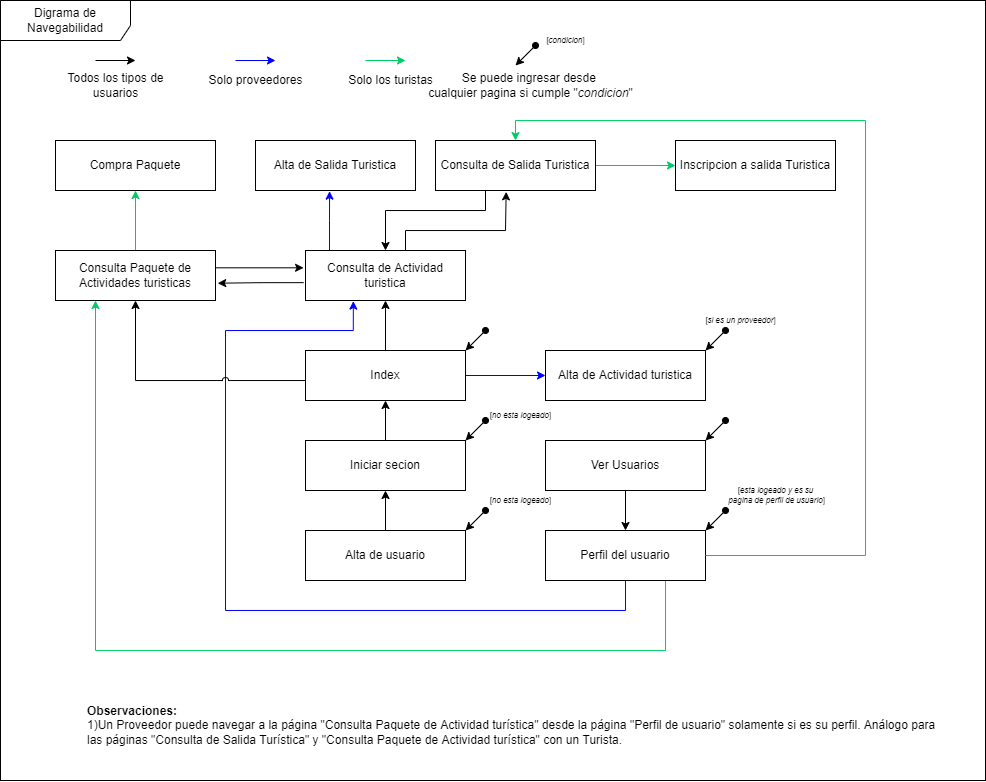
FacundoDiaz00/Taller-de-Programaci-n keeps this draw.io diagram as docs/Iteración 2/Navegabilidades/Digrama navegabilidad.png. Above is the earlier version. Source tidied: cells renumbered, new cells last; positions are measured from the earlier drawing's top-left corner, leaving out a move shared by most shapes.
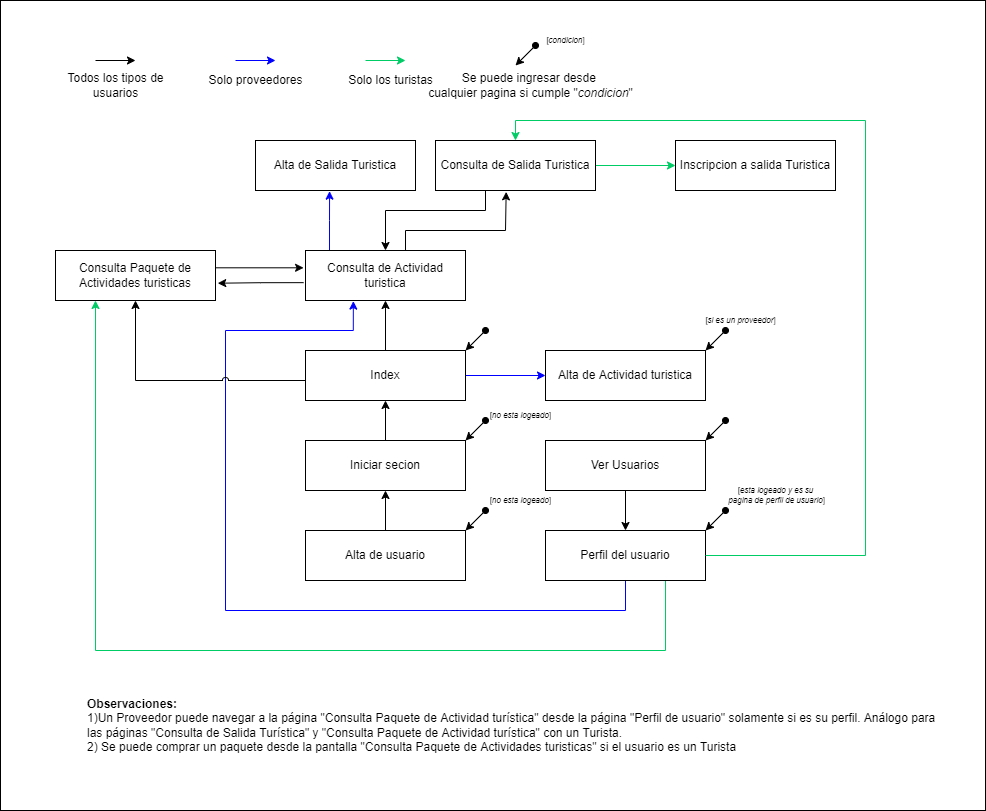
Later version of the same file.

Commit message:
Actualizo los digramas

Change to the diagram source:
```diff
@@ -2,12 +2,12 @@
   <root>
     <mxCell id="0" />
     <mxCell id="1" parent="0" />
+    <mxCell id="3" value="Digrama de Navegabilidad" style="shape=umlFrame;whiteSpace=wrap;html=1;width=130;height=40;" parent="1" vertex="1">
+      <mxGeometry width="985" height="810" as="geometry" />
+    </mxCell>
     <mxCell id="2" style="rounded=0;whiteSpace=wrap;html=1;" parent="1" vertex="1">
-      <mxGeometry width="985" height="780" as="geometry" />
+      <mxGeometry width="985" height="810" as="geometry" />
     </mxCell>
-    <mxCell id="3" value="Digrama de Navegabilidad" style="shape=umlFrame;whiteSpace=wrap;html=1;width=130;height=40;" parent="1" vertex="1">
-      <mxGeometry width="985" height="780" as="geometry" />
-    </mxCell>
     <mxCell id="4" style="edgeStyle=orthogonalEdgeStyle;rounded=0;jumpStyle=arc;jumpSize=11;jettySize=auto;html=1;entryX=0.299;entryY=1.012;entryDx=0;entryDy=0;entryPerimeter=0;exitX=0.5;exitY=1;exitDx=0;exitDy=0;strokeColor=#0000FF;" parent="1" edge="1" source="30" target="17">
       <mxGeometry relative="1" as="geometry">
         <Array as="points">
@@ -79,18 +79,12 @@
     <mxCell id="17" value="Consulta de Actividad turistica" style="rounded=0;whiteSpace=wrap;html=1;" parent="1" vertex="1">
       <mxGeometry x="305" y="250" width="160" height="50" as="geometry" />
     </mxCell>
-    <mxCell id="18" style="edgeStyle=orthogonalEdgeStyle;rounded=0;jettySize=auto;html=1;entryX=0.5;entryY=1;entryDx=0;entryDy=0;strokeColor=#00CC66;" parent="1" edge="1" source="20" target="21">
-      <mxGeometry relative="1" as="geometry" />
-    </mxCell>
     <mxCell id="19" style="edgeStyle=orthogonalEdgeStyle;rounded=0;jettySize=auto;html=1;exitX=1.004;exitY=0.346;exitDx=0;exitDy=0;exitPerimeter=0;entryX=-0.012;entryY=0.346;entryDx=0;entryDy=0;entryPerimeter=0;" parent="1" edge="1" source="20" target="17">
       <mxGeometry relative="1" as="geometry" />
     </mxCell>
     <mxCell id="20" value="Consulta Paquete de Actividades turisticas" style="rounded=0;whiteSpace=wrap;html=1;" parent="1" vertex="1">
       <mxGeometry x="55" y="250" width="160" height="50" as="geometry" />
     </mxCell>
-    <mxCell id="21" value="Compra Paquete" style="rounded=0;whiteSpace=wrap;html=1;" parent="1" vertex="1">
-      <mxGeometry x="55" y="140" width="160" height="50" as="geometry" />
-    </mxCell>
     <mxCell id="22" style="edgeStyle=orthogonalEdgeStyle;rounded=0;jettySize=auto;html=1;strokeColor=#00CC66;" parent="1" edge="1" source="24" target="25">
       <mxGeometry relative="1" as="geometry" />
     </mxCell>
@@ -123,8 +117,8 @@
     <mxCell id="30" value="Perfil del usuario" style="rounded=0;whiteSpace=wrap;html=1;" parent="1" vertex="1">
       <mxGeometry x="545" y="530" width="160" height="50" as="geometry" />
     </mxCell>
-    <mxCell id="31" value="&lt;b&gt;Observaciones:&lt;/b&gt;&amp;nbsp;&lt;br&gt;&lt;div style=&quot;&quot;&gt;&lt;/div&gt;1)Un Proveedor puede navegar a la página &quot;Consulta Paquete de Actividad turística&quot; desde la página &quot;Perfil de usuario&quot; solamente si es su perfil. Análogo para&lt;br&gt;las páginas &quot;Consulta de Salida Turística&quot; y &quot;Consulta Paquete de Actividad turística&quot; con un Turista." style="text;html=1;align=left;verticalAlign=middle;strokeColor=none;fillColor=none;" parent="1" vertex="1">
-      <mxGeometry x="85" y="695" width="870" height="60" as="geometry" />
+    <mxCell id="31" value="&lt;b&gt;Observaciones:&lt;/b&gt;&amp;nbsp;&lt;br&gt;&lt;div style=&quot;&quot;&gt;&lt;/div&gt;1)Un Proveedor puede navegar a la página &quot;Consulta Paquete de Actividad turística&quot; desde la página &quot;Perfil de usuario&quot; solamente si es su perfil. Análogo para&lt;br&gt;las páginas &quot;Consulta de Salida Turística&quot; y &quot;Consulta Paquete de Actividad turística&quot; con un Turista.&lt;br&gt;2) Se puede comprar un paquete desde la pantalla &quot;Consulta Paquete de Actividades turisticas&quot; si el usuario es un Turista" style="text;html=1;align=left;verticalAlign=middle;strokeColor=none;fillColor=none;" parent="1" vertex="1">
+      <mxGeometry x="85" y="690" width="870" height="70" as="geometry" />
     </mxCell>
     <mxCell id="32" style="edgeStyle=orthogonalEdgeStyle;rounded=0;orthogonalLoop=1;jettySize=auto;html=1;" parent="1" edge="1">
       <mxGeometry relative="1" as="geometry">
```
